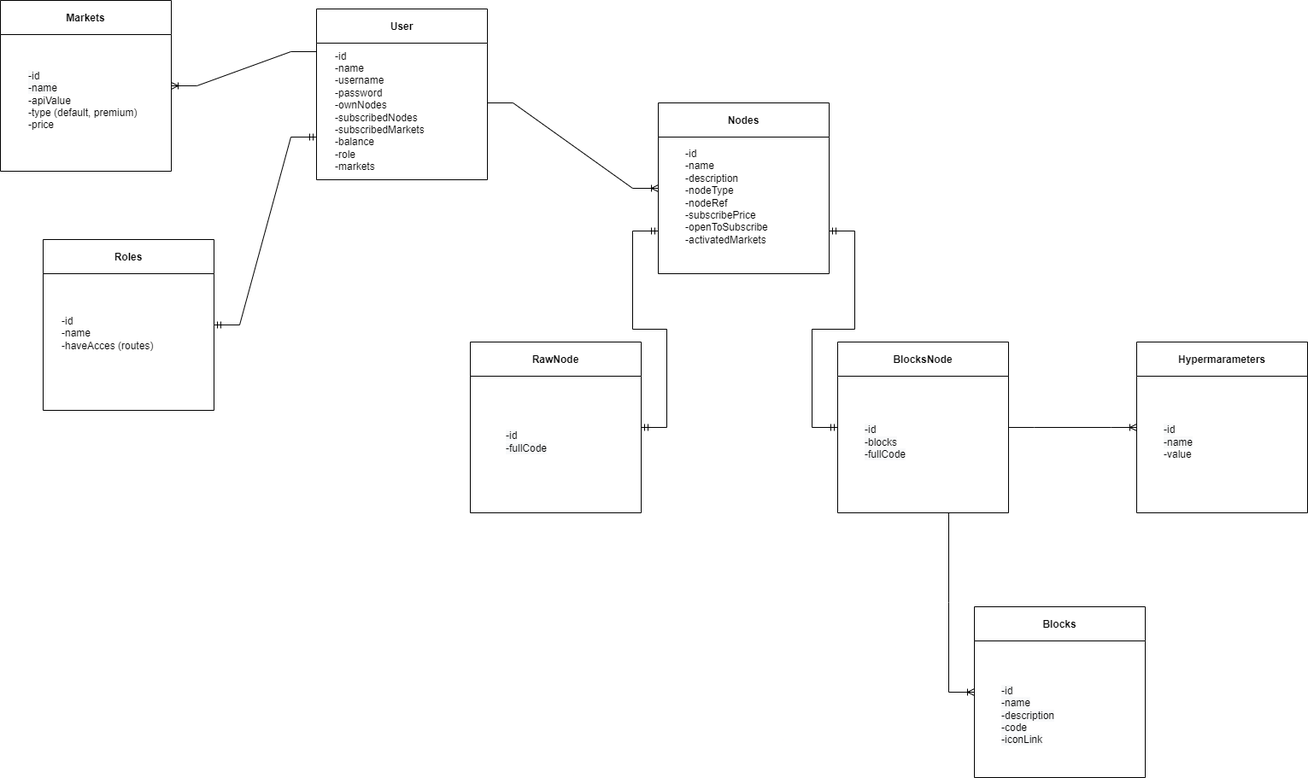
Above: ER.drawio.png in GabrielDamian/Stonks_Ultimate_BachelorDegree (draw.io), before the change. Source tidied: cells renumbered, new cells last; positions are measured from the earlier drawing's top-left corner, leaving out a move shared by most shapes.
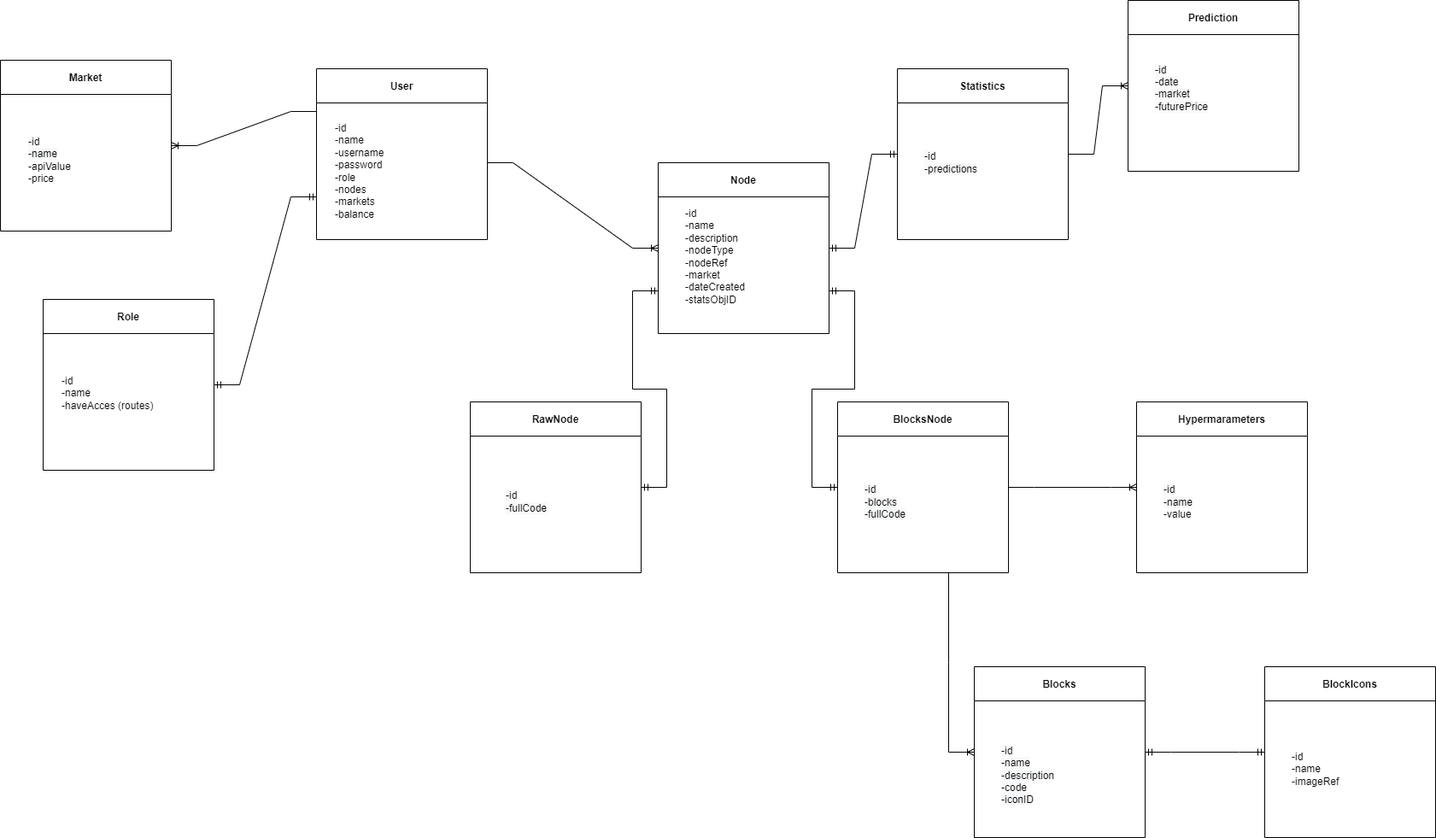
The same diagram one commit later.

Diff of the diagram source:
```diff
@@ -7,9 +7,9 @@
     </mxCell>
-    <mxCell id="3" value="-id&lt;br&gt;-name&amp;nbsp;&lt;br&gt;-username&lt;br&gt;-password&lt;br&gt;-ownNodes&lt;br&gt;-subscribedNodes&lt;br&gt;-subscribedMarkets&lt;br&gt;-balance&lt;br&gt;-role&lt;br&gt;-markets" style="text;html=1;strokeColor=none;fillColor=none;align=left;verticalAlign=middle;whiteSpace=wrap;rounded=0;" parent="2" vertex="1">
+    <mxCell id="3" value="-id&lt;br&gt;-name&amp;nbsp;&lt;br&gt;-username&lt;br&gt;-password&lt;br&gt;-role&lt;br&gt;-nodes&lt;br&gt;-markets&lt;br&gt;-balance" style="text;html=1;strokeColor=none;fillColor=none;align=left;verticalAlign=middle;whiteSpace=wrap;rounded=0;" parent="2" vertex="1">
       <mxGeometry x="20" y="50" width="140" height="140" as="geometry" />
     </mxCell>
-    <mxCell id="4" value="Nodes" style="swimlane;startSize=40;" parent="1" vertex="1">
+    <mxCell id="4" value="Node" style="swimlane;startSize=40;" parent="1" vertex="1">
       <mxGeometry x="770" y="120" width="200" height="200" as="geometry" />
     </mxCell>
-    <mxCell id="5" value="-id&lt;br&gt;-name&amp;nbsp;&lt;br&gt;-description&lt;br&gt;-nodeType&lt;br&gt;-nodeRef&lt;br&gt;-subscribePrice&lt;br&gt;-openToSubscribe&lt;br&gt;-activatedMarkets" style="text;html=1;strokeColor=none;fillColor=none;align=left;verticalAlign=middle;whiteSpace=wrap;rounded=0;" parent="4" vertex="1">
+    <mxCell id="5" value="-id&lt;br&gt;-name&amp;nbsp;&lt;br&gt;-description&lt;br&gt;-nodeType&lt;br&gt;-nodeRef&lt;br&gt;-market&lt;br&gt;-dateCreated&lt;br&gt;-statsObjID" style="text;html=1;strokeColor=none;fillColor=none;align=left;verticalAlign=middle;whiteSpace=wrap;rounded=0;" parent="4" vertex="1">
       <mxGeometry x="30" y="50" width="140" height="120" as="geometry" />
@@ -19,5 +19,14 @@
     </mxCell>
-    <mxCell id="7" value="&lt;br&gt;&lt;span style=&quot;color: rgb(0, 0, 0); font-family: Helvetica; font-size: 12px; font-style: normal; font-variant-ligatures: normal; font-variant-caps: normal; font-weight: 400; letter-spacing: normal; orphans: 2; text-align: left; text-indent: 0px; text-transform: none; widows: 2; word-spacing: 0px; -webkit-text-stroke-width: 0px; background-color: rgb(248, 249, 250); text-decoration-thickness: initial; text-decoration-style: initial; text-decoration-color: initial; float: none; display: inline !important;&quot;&gt;-id&lt;/span&gt;&lt;br style=&quot;color: rgb(0, 0, 0); font-family: Helvetica; font-size: 12px; font-style: normal; font-variant-ligatures: normal; font-variant-caps: normal; font-weight: 400; letter-spacing: normal; orphans: 2; text-align: left; text-indent: 0px; text-transform: none; widows: 2; word-spacing: 0px; -webkit-text-stroke-width: 0px; background-color: rgb(248, 249, 250); text-decoration-thickness: initial; text-decoration-style: initial; text-decoration-color: initial;&quot;&gt;&lt;span style=&quot;color: rgb(0, 0, 0); font-family: Helvetica; font-size: 12px; font-style: normal; font-variant-ligatures: normal; font-variant-caps: normal; font-weight: 400; letter-spacing: normal; orphans: 2; text-align: left; text-indent: 0px; text-transform: none; widows: 2; word-spacing: 0px; -webkit-text-stroke-width: 0px; background-color: rgb(248, 249, 250); text-decoration-thickness: initial; text-decoration-style: initial; text-decoration-color: initial; float: none; display: inline !important;&quot;&gt;-name&lt;/span&gt;&lt;br style=&quot;color: rgb(0, 0, 0); font-family: Helvetica; font-size: 12px; font-style: normal; font-variant-ligatures: normal; font-variant-caps: normal; font-weight: 400; letter-spacing: normal; orphans: 2; text-align: left; text-indent: 0px; text-transform: none; widows: 2; word-spacing: 0px; -webkit-text-stroke-width: 0px; background-color: rgb(248, 249, 250); text-decoration-thickness: initial; text-decoration-style: initial; text-decoration-color: initial;&quot;&gt;&lt;span style=&quot;color: rgb(0, 0, 0); font-family: Helvetica; font-size: 12px; font-style: normal; font-variant-ligatures: normal; font-variant-caps: normal; font-weight: 400; letter-spacing: normal; orphans: 2; text-align: left; text-indent: 0px; text-transform: none; widows: 2; word-spacing: 0px; -webkit-text-stroke-width: 0px; background-color: rgb(248, 249, 250); text-decoration-thickness: initial; text-decoration-style: initial; text-decoration-color: initial; float: none; display: inline !important;&quot;&gt;-description&lt;/span&gt;&lt;br style=&quot;color: rgb(0, 0, 0); font-family: Helvetica; font-size: 12px; font-style: normal; font-variant-ligatures: normal; font-variant-caps: normal; font-weight: 400; letter-spacing: normal; orphans: 2; text-align: left; text-indent: 0px; text-transform: none; widows: 2; word-spacing: 0px; -webkit-text-stroke-width: 0px; background-color: rgb(248, 249, 250); text-decoration-thickness: initial; text-decoration-style: initial; text-decoration-color: initial;&quot;&gt;&lt;span style=&quot;color: rgb(0, 0, 0); font-family: Helvetica; font-size: 12px; font-style: normal; font-variant-ligatures: normal; font-variant-caps: normal; font-weight: 400; letter-spacing: normal; orphans: 2; text-align: left; text-indent: 0px; text-transform: none; widows: 2; word-spacing: 0px; -webkit-text-stroke-width: 0px; background-color: rgb(248, 249, 250); text-decoration-thickness: initial; text-decoration-style: initial; text-decoration-color: initial; float: none; display: inline !important;&quot;&gt;-code&lt;/span&gt;&lt;br style=&quot;color: rgb(0, 0, 0); font-family: Helvetica; font-size: 12px; font-style: normal; font-variant-ligatures: normal; font-variant-caps: normal; font-weight: 400; letter-spacing: normal; orphans: 2; text-align: left; text-indent: 0px; text-transform: none; widows: 2; word-spacing: 0px; -webkit-text-stroke-width: 0px; background-color: rgb(248, 249, 250); text-decoration-thickness: initial; text-decoration-style: initial; text-decoration-color: initial;&quot;&gt;&lt;span style=&quot;color: rgb(0, 0, 0); font-family: Helvetica; font-size: 12px; font-style: normal; font-variant-ligatures: normal; font-variant-caps: normal; font-weight: 400; letter-spacing: normal; orphans: 2; text-align: left; text-indent: 0px; text-transform: none; widows: 2; word-spacing: 0px; -webkit-text-stroke-width: 0px; background-color: rgb(248, 249, 250); text-decoration-thickness: initial; text-decoration-style: initial; text-decoration-color: initial; float: none; display: inline !important;&quot;&gt;-iconLink&lt;/span&gt;" style="text;html=1;strokeColor=none;fillColor=none;align=left;verticalAlign=middle;whiteSpace=wrap;rounded=0;" parent="6" vertex="1">
+    <mxCell id="7" value="&lt;br&gt;&lt;span style=&quot;color: rgb(0, 0, 0); font-family: Helvetica; font-size: 12px; font-style: normal; font-variant-ligatures: normal; font-variant-caps: normal; font-weight: 400; letter-spacing: normal; orphans: 2; text-align: left; text-indent: 0px; text-transform: none; widows: 2; word-spacing: 0px; -webkit-text-stroke-width: 0px; background-color: rgb(248, 249, 250); text-decoration-thickness: initial; text-decoration-style: initial; text-decoration-color: initial; float: none; display: inline !important;&quot;&gt;-id&lt;/span&gt;&lt;br style=&quot;color: rgb(0, 0, 0); font-family: Helvetica; font-size: 12px; font-style: normal; font-variant-ligatures: normal; font-variant-caps: normal; font-weight: 400; letter-spacing: normal; orphans: 2; text-align: left; text-indent: 0px; text-transform: none; widows: 2; word-spacing: 0px; -webkit-text-stroke-width: 0px; background-color: rgb(248, 249, 250); text-decoration-thickness: initial; text-decoration-style: initial; text-decoration-color: initial;&quot;&gt;&lt;span style=&quot;color: rgb(0, 0, 0); font-family: Helvetica; font-size: 12px; font-style: normal; font-variant-ligatures: normal; font-variant-caps: normal; font-weight: 400; letter-spacing: normal; orphans: 2; text-align: left; text-indent: 0px; text-transform: none; widows: 2; word-spacing: 0px; -webkit-text-stroke-width: 0px; background-color: rgb(248, 249, 250); text-decoration-thickness: initial; text-decoration-style: initial; text-decoration-color: initial; float: none; display: inline !important;&quot;&gt;-name&lt;/span&gt;&lt;br style=&quot;color: rgb(0, 0, 0); font-family: Helvetica; font-size: 12px; font-style: normal; font-variant-ligatures: normal; font-variant-caps: normal; font-weight: 400; letter-spacing: normal; orphans: 2; text-align: left; text-indent: 0px; text-transform: none; widows: 2; word-spacing: 0px; -webkit-text-stroke-width: 0px; background-color: rgb(248, 249, 250); text-decoration-thickness: initial; text-decoration-style: initial; text-decoration-color: initial;&quot;&gt;&lt;span style=&quot;color: rgb(0, 0, 0); font-family: Helvetica; font-size: 12px; font-style: normal; font-variant-ligatures: normal; font-variant-caps: normal; font-weight: 400; letter-spacing: normal; orphans: 2; text-align: left; text-indent: 0px; text-transform: none; widows: 2; word-spacing: 0px; -webkit-text-stroke-width: 0px; background-color: rgb(248, 249, 250); text-decoration-thickness: initial; text-decoration-style: initial; text-decoration-color: initial; float: none; display: inline !important;&quot;&gt;-description&lt;/span&gt;&lt;br style=&quot;color: rgb(0, 0, 0); font-family: Helvetica; font-size: 12px; font-style: normal; font-variant-ligatures: normal; font-variant-caps: normal; font-weight: 400; letter-spacing: normal; orphans: 2; text-align: left; text-indent: 0px; text-transform: none; widows: 2; word-spacing: 0px; -webkit-text-stroke-width: 0px; background-color: rgb(248, 249, 250); text-decoration-thickness: initial; text-decoration-style: initial; text-decoration-color: initial;&quot;&gt;&lt;span style=&quot;color: rgb(0, 0, 0); font-family: Helvetica; font-size: 12px; font-style: normal; font-variant-ligatures: normal; font-variant-caps: normal; font-weight: 400; letter-spacing: normal; orphans: 2; text-align: left; text-indent: 0px; text-transform: none; widows: 2; word-spacing: 0px; -webkit-text-stroke-width: 0px; background-color: rgb(248, 249, 250); text-decoration-thickness: initial; text-decoration-style: initial; text-decoration-color: initial; float: none; display: inline !important;&quot;&gt;-code&lt;/span&gt;&lt;br style=&quot;color: rgb(0, 0, 0); font-family: Helvetica; font-size: 12px; font-style: normal; font-variant-ligatures: normal; font-variant-caps: normal; font-weight: 400; letter-spacing: normal; orphans: 2; text-align: left; text-indent: 0px; text-transform: none; widows: 2; word-spacing: 0px; -webkit-text-stroke-width: 0px; background-color: rgb(248, 249, 250); text-decoration-thickness: initial; text-decoration-style: initial; text-decoration-color: initial;&quot;&gt;&lt;span style=&quot;color: rgb(0, 0, 0); font-family: Helvetica; font-size: 12px; font-style: normal; font-variant-ligatures: normal; font-variant-caps: normal; font-weight: 400; letter-spacing: normal; orphans: 2; text-align: left; text-indent: 0px; text-transform: none; widows: 2; word-spacing: 0px; -webkit-text-stroke-width: 0px; background-color: rgb(248, 249, 250); text-decoration-thickness: initial; text-decoration-style: initial; text-decoration-color: initial; float: none; display: inline !important;&quot;&gt;-iconID&lt;/span&gt;" style="text;html=1;strokeColor=none;fillColor=none;align=left;verticalAlign=middle;whiteSpace=wrap;rounded=0;" parent="6" vertex="1">
       <mxGeometry x="30" y="60" width="140" height="120" as="geometry" />
     </mxCell>
+    <mxCell id="25" value="BlockIcons" style="swimlane;startSize=40;" parent="1" vertex="1">
+      <mxGeometry x="1480" y="710" width="200" height="200" as="geometry" />
+    </mxCell>
+    <mxCell id="26" value="-id&lt;br&gt;-name&lt;br&gt;-imageRef" style="text;html=1;strokeColor=none;fillColor=none;align=left;verticalAlign=middle;whiteSpace=wrap;rounded=0;" parent="25" vertex="1">
+      <mxGeometry x="30" y="60" width="140" height="120" as="geometry" />
+    </mxCell>
+    <mxCell id="27" style="edgeStyle=entityRelationEdgeStyle;fontSize=12;html=1;endArrow=ERmandOne;startArrow=ERmandOne;rounded=0;entryX=0;entryY=0.5;entryDx=0;entryDy=0;exitX=1;exitY=0.5;exitDx=0;exitDy=0;" parent="1" edge="1" source="6" target="25">
+      <mxGeometry relative="1" as="geometry" />
+    </mxCell>
     <mxCell id="8" value="RawNode" style="swimlane;startSize=40;" parent="1" vertex="1">
@@ -57,3 +66,3 @@
     </mxCell>
-    <mxCell id="19" value="Roles" style="swimlane;startSize=40;" parent="1" vertex="1">
+    <mxCell id="19" value="Role" style="swimlane;startSize=40;" parent="1" vertex="1">
       <mxGeometry x="50" y="280" width="200" height="200" as="geometry" />
@@ -66,6 +75,6 @@
     </mxCell>
-    <mxCell id="22" value="Markets" style="swimlane;startSize=40;" parent="1" vertex="1">
+    <mxCell id="22" value="Market" style="swimlane;startSize=40;" parent="1" vertex="1">
       <mxGeometry width="200" height="200" as="geometry" />
     </mxCell>
-    <mxCell id="23" value="&lt;br&gt;&lt;span style=&quot;color: rgb(0, 0, 0); font-family: Helvetica; font-size: 12px; font-style: normal; font-variant-ligatures: normal; font-variant-caps: normal; font-weight: 400; letter-spacing: normal; orphans: 2; text-align: left; text-indent: 0px; text-transform: none; widows: 2; word-spacing: 0px; -webkit-text-stroke-width: 0px; background-color: rgb(248, 249, 250); text-decoration-thickness: initial; text-decoration-style: initial; text-decoration-color: initial; float: none; display: inline !important;&quot;&gt;-id&lt;/span&gt;&lt;br style=&quot;color: rgb(0, 0, 0); font-family: Helvetica; font-size: 12px; font-style: normal; font-variant-ligatures: normal; font-variant-caps: normal; font-weight: 400; letter-spacing: normal; orphans: 2; text-align: left; text-indent: 0px; text-transform: none; widows: 2; word-spacing: 0px; -webkit-text-stroke-width: 0px; background-color: rgb(248, 249, 250); text-decoration-thickness: initial; text-decoration-style: initial; text-decoration-color: initial;&quot;&gt;&lt;span style=&quot;color: rgb(0, 0, 0); font-family: Helvetica; font-size: 12px; font-style: normal; font-variant-ligatures: normal; font-variant-caps: normal; font-weight: 400; letter-spacing: normal; orphans: 2; text-align: left; text-indent: 0px; text-transform: none; widows: 2; word-spacing: 0px; -webkit-text-stroke-width: 0px; background-color: rgb(248, 249, 250); text-decoration-thickness: initial; text-decoration-style: initial; text-decoration-color: initial; float: none; display: inline !important;&quot;&gt;-name&lt;/span&gt;&lt;br style=&quot;color: rgb(0, 0, 0); font-family: Helvetica; font-size: 12px; font-style: normal; font-variant-ligatures: normal; font-variant-caps: normal; font-weight: 400; letter-spacing: normal; orphans: 2; text-align: left; text-indent: 0px; text-transform: none; widows: 2; word-spacing: 0px; -webkit-text-stroke-width: 0px; background-color: rgb(248, 249, 250); text-decoration-thickness: initial; text-decoration-style: initial; text-decoration-color: initial;&quot;&gt;-apiValue&lt;br&gt;-type (default, premium)&lt;br&gt;-price&lt;br&gt;" style="text;html=1;strokeColor=none;fillColor=none;align=left;verticalAlign=middle;whiteSpace=wrap;rounded=0;" parent="22" vertex="1">
+    <mxCell id="23" value="&lt;br&gt;&lt;span style=&quot;color: rgb(0, 0, 0); font-family: Helvetica; font-size: 12px; font-style: normal; font-variant-ligatures: normal; font-variant-caps: normal; font-weight: 400; letter-spacing: normal; orphans: 2; text-align: left; text-indent: 0px; text-transform: none; widows: 2; word-spacing: 0px; -webkit-text-stroke-width: 0px; background-color: rgb(248, 249, 250); text-decoration-thickness: initial; text-decoration-style: initial; text-decoration-color: initial; float: none; display: inline !important;&quot;&gt;-id&lt;/span&gt;&lt;br style=&quot;color: rgb(0, 0, 0); font-family: Helvetica; font-size: 12px; font-style: normal; font-variant-ligatures: normal; font-variant-caps: normal; font-weight: 400; letter-spacing: normal; orphans: 2; text-align: left; text-indent: 0px; text-transform: none; widows: 2; word-spacing: 0px; -webkit-text-stroke-width: 0px; background-color: rgb(248, 249, 250); text-decoration-thickness: initial; text-decoration-style: initial; text-decoration-color: initial;&quot;&gt;&lt;span style=&quot;color: rgb(0, 0, 0); font-family: Helvetica; font-size: 12px; font-style: normal; font-variant-ligatures: normal; font-variant-caps: normal; font-weight: 400; letter-spacing: normal; orphans: 2; text-align: left; text-indent: 0px; text-transform: none; widows: 2; word-spacing: 0px; -webkit-text-stroke-width: 0px; background-color: rgb(248, 249, 250); text-decoration-thickness: initial; text-decoration-style: initial; text-decoration-color: initial; float: none; display: inline !important;&quot;&gt;-name&lt;/span&gt;&lt;br style=&quot;color: rgb(0, 0, 0); font-family: Helvetica; font-size: 12px; font-style: normal; font-variant-ligatures: normal; font-variant-caps: normal; font-weight: 400; letter-spacing: normal; orphans: 2; text-align: left; text-indent: 0px; text-transform: none; widows: 2; word-spacing: 0px; -webkit-text-stroke-width: 0px; background-color: rgb(248, 249, 250); text-decoration-thickness: initial; text-decoration-style: initial; text-decoration-color: initial;&quot;&gt;-apiValue&lt;br&gt;-price" style="text;html=1;strokeColor=none;fillColor=none;align=left;verticalAlign=middle;whiteSpace=wrap;rounded=0;" parent="22" vertex="1">
       <mxGeometry x="31" y="50" width="140" height="120" as="geometry" />
@@ -75,2 +84,20 @@
     </mxCell>
+    <mxCell id="28" value="Statistics" style="swimlane;startSize=40;" parent="1" vertex="1">
+      <mxGeometry x="1050" y="10" width="200" height="200" as="geometry" />
+    </mxCell>
+    <mxCell id="29" value="&lt;br&gt;&lt;span style=&quot;color: rgb(0, 0, 0); font-family: Helvetica; font-size: 12px; font-style: normal; font-variant-ligatures: normal; font-variant-caps: normal; font-weight: 400; letter-spacing: normal; orphans: 2; text-align: left; text-indent: 0px; text-transform: none; widows: 2; word-spacing: 0px; -webkit-text-stroke-width: 0px; background-color: rgb(248, 249, 250); text-decoration-thickness: initial; text-decoration-style: initial; text-decoration-color: initial; float: none; display: inline !important;&quot;&gt;-id&lt;br&gt;-predictions&lt;br&gt;&lt;br&gt;&lt;/span&gt;" style="text;html=1;strokeColor=none;fillColor=none;align=left;verticalAlign=middle;whiteSpace=wrap;rounded=0;" parent="28" vertex="1">
+      <mxGeometry x="30" y="50" width="140" height="120" as="geometry" />
+    </mxCell>
+    <mxCell id="30" style="edgeStyle=entityRelationEdgeStyle;fontSize=12;html=1;endArrow=ERmandOne;startArrow=ERmandOne;rounded=0;entryX=1;entryY=0.5;entryDx=0;entryDy=0;exitX=0;exitY=0.5;exitDx=0;exitDy=0;" parent="1" edge="1" source="28" target="4">
+      <mxGeometry relative="1" as="geometry" />
+    </mxCell>
+    <mxCell id="31" value="Prediction" style="swimlane;startSize=40;" parent="1" vertex="1">
+      <mxGeometry x="1320" y="-70" width="200" height="200" as="geometry" />
+    </mxCell>
+    <mxCell id="32" value="&lt;span style=&quot;color: rgb(0, 0, 0); font-family: Helvetica; font-size: 12px; font-style: normal; font-variant-ligatures: normal; font-variant-caps: normal; font-weight: 400; letter-spacing: normal; orphans: 2; text-align: left; text-indent: 0px; text-transform: none; widows: 2; word-spacing: 0px; -webkit-text-stroke-width: 0px; background-color: rgb(248, 249, 250); text-decoration-thickness: initial; text-decoration-style: initial; text-decoration-color: initial; float: none; display: inline !important;&quot;&gt;-id&lt;br&gt;-date&lt;br&gt;-market&lt;br&gt;-futurePrice&lt;br&gt;&lt;br&gt;&lt;/span&gt;" style="text;html=1;strokeColor=none;fillColor=none;align=left;verticalAlign=middle;whiteSpace=wrap;rounded=0;" parent="31" vertex="1">
+      <mxGeometry x="30" y="50" width="140" height="120" as="geometry" />
+    </mxCell>
+    <mxCell id="33" style="edgeStyle=entityRelationEdgeStyle;fontSize=12;html=1;endArrow=ERoneToMany;rounded=0;entryX=0;entryY=0.5;entryDx=0;entryDy=0;exitX=1;exitY=0.5;exitDx=0;exitDy=0;" parent="1" edge="1" source="28" target="31">
+      <mxGeometry relative="1" as="geometry" />
+    </mxCell>
   </root>
```
